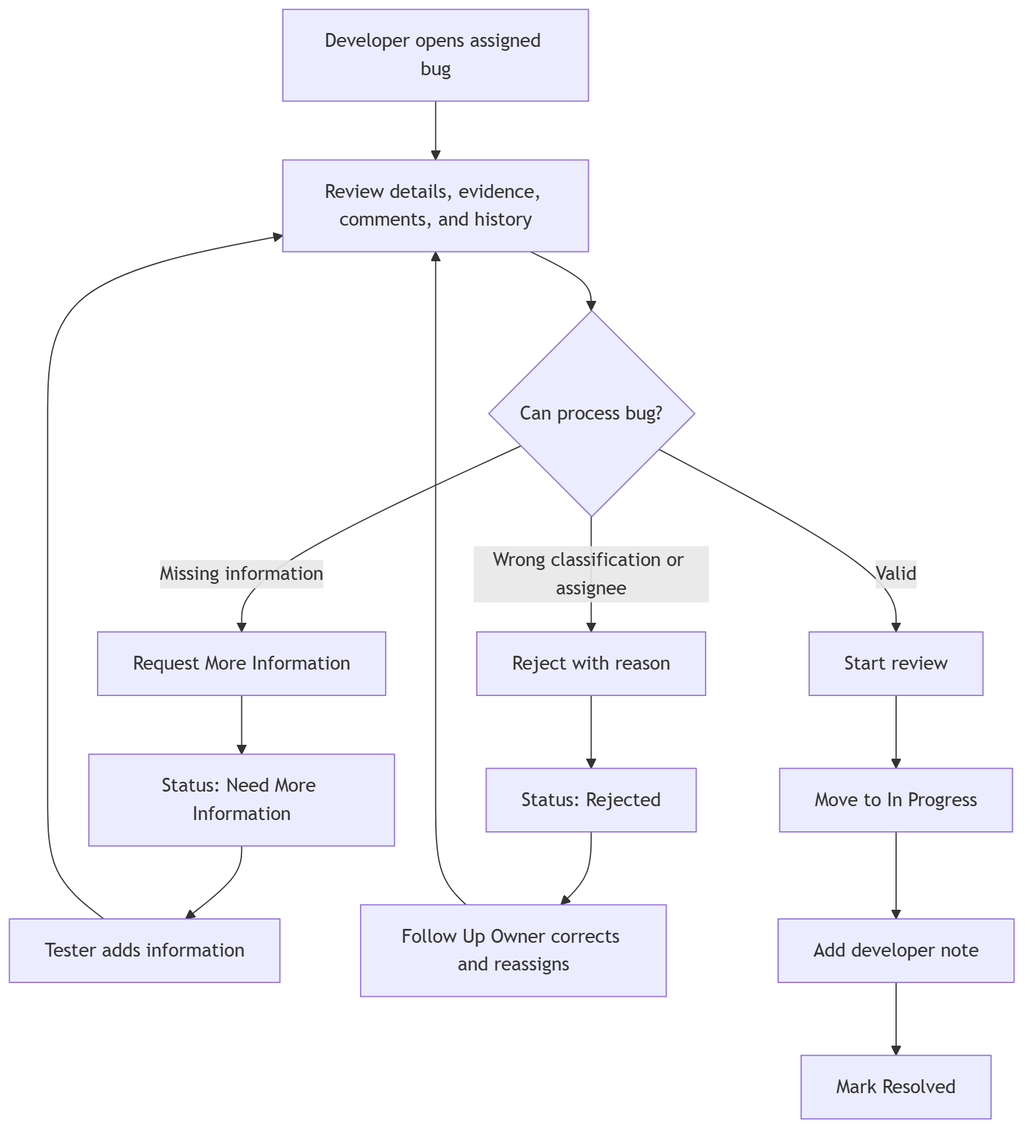
This is docs/diagrams/rendered/png/18-frs-developer-review.png from DarwinDO/IDTS-SAP01, a Mermaid export, as it was before one commit. Its source is kept beside it as docs/diagrams/rendered/source/18-frs-developer-review.mmd.
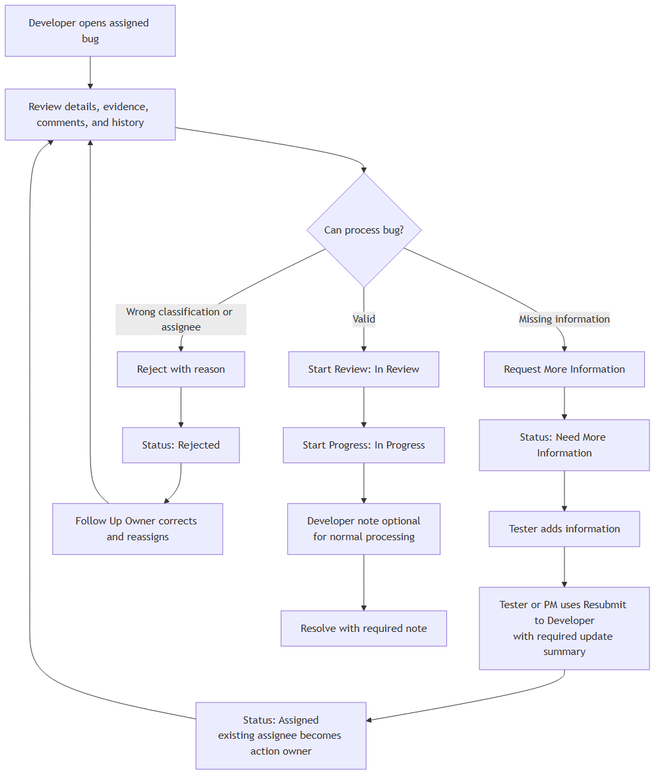
The same diagram one commit later.

The edit, as a diff of the source:
```diff
@@ -4,12 +4,14 @@
     C -->|"Missing information"| D["Request More Information"]
     D --> E["Status: Need More Information"]
     E --> F["Tester adds information"]
-    F --> B
+    F --> F2["Tester or PM uses Resubmit to Developer\nwith required update summary"]
+    F2 --> F3["Status: Assigned\nexisting assignee becomes action owner"]
+    F3 --> B
     C -->|"Wrong classification or assignee"| G["Reject with reason"]
     G --> H["Status: Rejected"]
     H --> I["Follow Up Owner corrects and reassigns"]
     I --> B
-    C -->|"Valid"| J["Start review"]
-    J --> K["Move to In Progress"]
-    K --> L["Add developer note"]
-    L --> M["Mark Resolved"]
+    C -->|"Valid"| J["Start Review: In Review"]
+    J --> K["Start Progress: In Progress"]
+    K --> L["Developer note optional\nfor normal processing"]
+    L --> M["Resolve with required note"]
```
